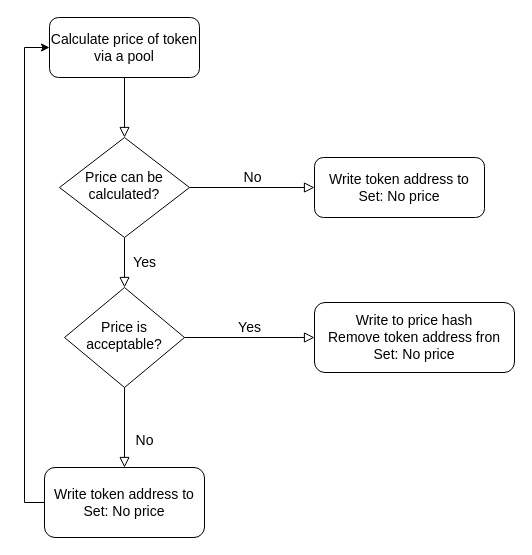
Above: Price calculation flowchart.drawio in piavgh/draw.io-data (draw.io), before the change. Source tidied: cells renumbered, new cells numbered last; positions are measured from the earlier drawing's top-left corner, leaving out a move shared by most shapes. Both pictures are drawn from the tidied source at 100%, with x=0, y=0 at pixel (44, 17).
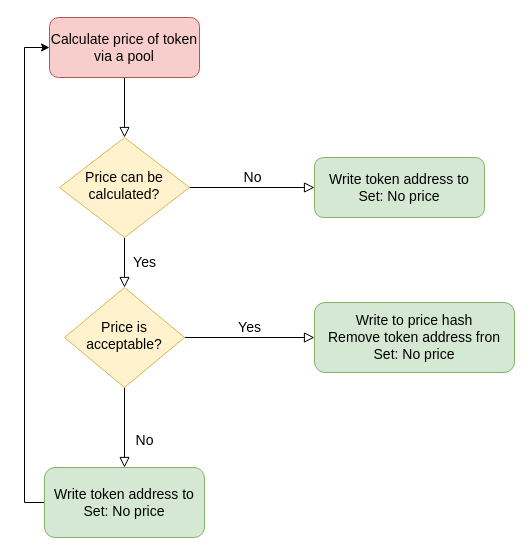
The same page after the edit.

Diff of the diagram source:
```diff
@@
 <mxGraphModel>
   <root>
     <mxCell id="0" />
     <mxCell id="1" parent="0" />
     <mxCell id="2" style="rounded=0;html=1;jettySize=auto;fontSize=14;endArrow=block;endFill=0;endSize=8;strokeWidth=1;shadow=0;labelBackgroundColor=none;edgeStyle=orthogonalEdgeStyle;" parent="1" edge="1" source="3" target="6">
       <mxGeometry relative="1" as="geometry" />
     </mxCell>
-    <mxCell id="3" value="Calculate price of token via a pool" style="rounded=1;whiteSpace=wrap;html=1;fontSize=14;glass=0;strokeWidth=1;shadow=0;" parent="1" vertex="1">
+    <mxCell id="3" value="Calculate price of token via a pool" style="rounded=1;whiteSpace=wrap;html=1;fontSize=14;glass=0;strokeWidth=1;shadow=0;fillColor=#f8cecc;strokeColor=#b85450;" parent="1" vertex="1">
       <mxGeometry x="5" width="150" height="60" as="geometry" />
     </mxCell>
     <mxCell id="4" value="Yes" style="rounded=0;html=1;jettySize=auto;fontSize=14;endArrow=block;endFill=0;endSize=8;strokeWidth=1;shadow=0;labelBackgroundColor=none;edgeStyle=orthogonalEdgeStyle;" parent="1" edge="1" source="6" target="10">
       <mxGeometry y="20" relative="1" as="geometry" />
     </mxCell>
     <mxCell id="5" value="No" style="edgeStyle=orthogonalEdgeStyle;rounded=0;html=1;jettySize=auto;fontSize=14;endArrow=block;endFill=0;endSize=8;strokeWidth=1;shadow=0;labelBackgroundColor=none;" parent="1" edge="1" source="6" target="7">
       <mxGeometry y="10" relative="1" as="geometry" />
     </mxCell>
-    <mxCell id="6" value="Price can be calculated?" style="rhombus;whiteSpace=wrap;html=1;shadow=0;fontFamily=Helvetica;fontSize=14;align=center;strokeWidth=1;spacing=6;spacingTop=-4;" parent="1" vertex="1">
+    <mxCell id="6" value="Price can be calculated?" style="rhombus;whiteSpace=wrap;html=1;shadow=0;fontFamily=Helvetica;fontSize=14;align=center;strokeWidth=1;spacing=6;spacingTop=-4;fillColor=#fff2cc;strokeColor=#d6b656;" parent="1" vertex="1">
       <mxGeometry x="15" y="120" width="130" height="100" as="geometry" />
     </mxCell>
-    <mxCell id="7" value="Write token address to Set: No price" style="rounded=1;whiteSpace=wrap;html=1;fontSize=14;glass=0;strokeWidth=1;shadow=0;" parent="1" vertex="1">
+    <mxCell id="7" value="Write token address to Set: No price" style="rounded=1;whiteSpace=wrap;html=1;fontSize=14;glass=0;strokeWidth=1;shadow=0;fillColor=#d5e8d4;strokeColor=#82b366;" parent="1" vertex="1">
       <mxGeometry x="270" y="140" width="170" height="60" as="geometry" />
     </mxCell>
     <mxCell id="8" value="No" style="rounded=0;html=1;jettySize=auto;fontSize=14;endArrow=block;endFill=0;endSize=8;strokeWidth=1;shadow=0;labelBackgroundColor=none;edgeStyle=orthogonalEdgeStyle;" parent="1" edge="1" source="10" target="12">
       <mxGeometry x="0.33" y="20" relative="1" as="geometry" />
     </mxCell>
     <mxCell id="9" value="Yes" style="edgeStyle=orthogonalEdgeStyle;rounded=0;html=1;jettySize=auto;fontSize=14;endArrow=block;endFill=0;endSize=8;strokeWidth=1;shadow=0;labelBackgroundColor=none;" parent="1" edge="1" source="10" target="13">
       <mxGeometry y="10" relative="1" as="geometry" />
     </mxCell>
-    <mxCell id="10" value="Price is acceptable?" style="rhombus;whiteSpace=wrap;html=1;shadow=0;fontFamily=Helvetica;fontSize=14;align=center;strokeWidth=1;spacing=6;spacingTop=-4;" parent="1" vertex="1">
+    <mxCell id="10" value="Price is acceptable?" style="rhombus;whiteSpace=wrap;html=1;shadow=0;fontFamily=Helvetica;fontSize=14;align=center;strokeWidth=1;spacing=6;spacingTop=-4;fillColor=#fff2cc;strokeColor=#d6b656;" parent="1" vertex="1">
       <mxGeometry x="20" y="270" width="120" height="100" as="geometry" />
     </mxCell>
     <mxCell id="11" style="edgeStyle=orthogonalEdgeStyle;rounded=0;jettySize=auto;html=1;entryX=0;entryY=0.5;entryDx=0;entryDy=0;exitX=0;exitY=0.5;exitDx=0;exitDy=0;fontSize=14;" parent="1" edge="1" source="12" target="3">
       <mxGeometry relative="1" as="geometry" />
     </mxCell>
-    <mxCell id="12" value="Write token address to Set: No price" style="rounded=1;whiteSpace=wrap;html=1;fontSize=14;glass=0;strokeWidth=1;shadow=0;" parent="1" vertex="1">
+    <mxCell id="12" value="Write token address to Set: No price" style="rounded=1;whiteSpace=wrap;html=1;fontSize=14;glass=0;strokeWidth=1;shadow=0;fillColor=#d5e8d4;strokeColor=#82b366;" parent="1" vertex="1">
       <mxGeometry y="450" width="160" height="70" as="geometry" />
     </mxCell>
-    <mxCell id="13" value="Write to price hash&lt;br style=&quot;font-size: 14px;&quot;&gt;Remove token address fron Set: No price" style="rounded=1;whiteSpace=wrap;html=1;fontSize=14;glass=0;strokeWidth=1;shadow=0;" parent="1" vertex="1">
+    <mxCell id="13" value="Write to price hash&lt;br style=&quot;font-size: 14px;&quot;&gt;Remove token address fron Set: No price" style="rounded=1;whiteSpace=wrap;html=1;fontSize=14;glass=0;strokeWidth=1;shadow=0;fillColor=#d5e8d4;strokeColor=#82b366;" parent="1" vertex="1">
       <mxGeometry x="270" y="285" width="200" height="70" as="geometry" />
     </mxCell>
   </root>
 </mxGraphModel>
```
